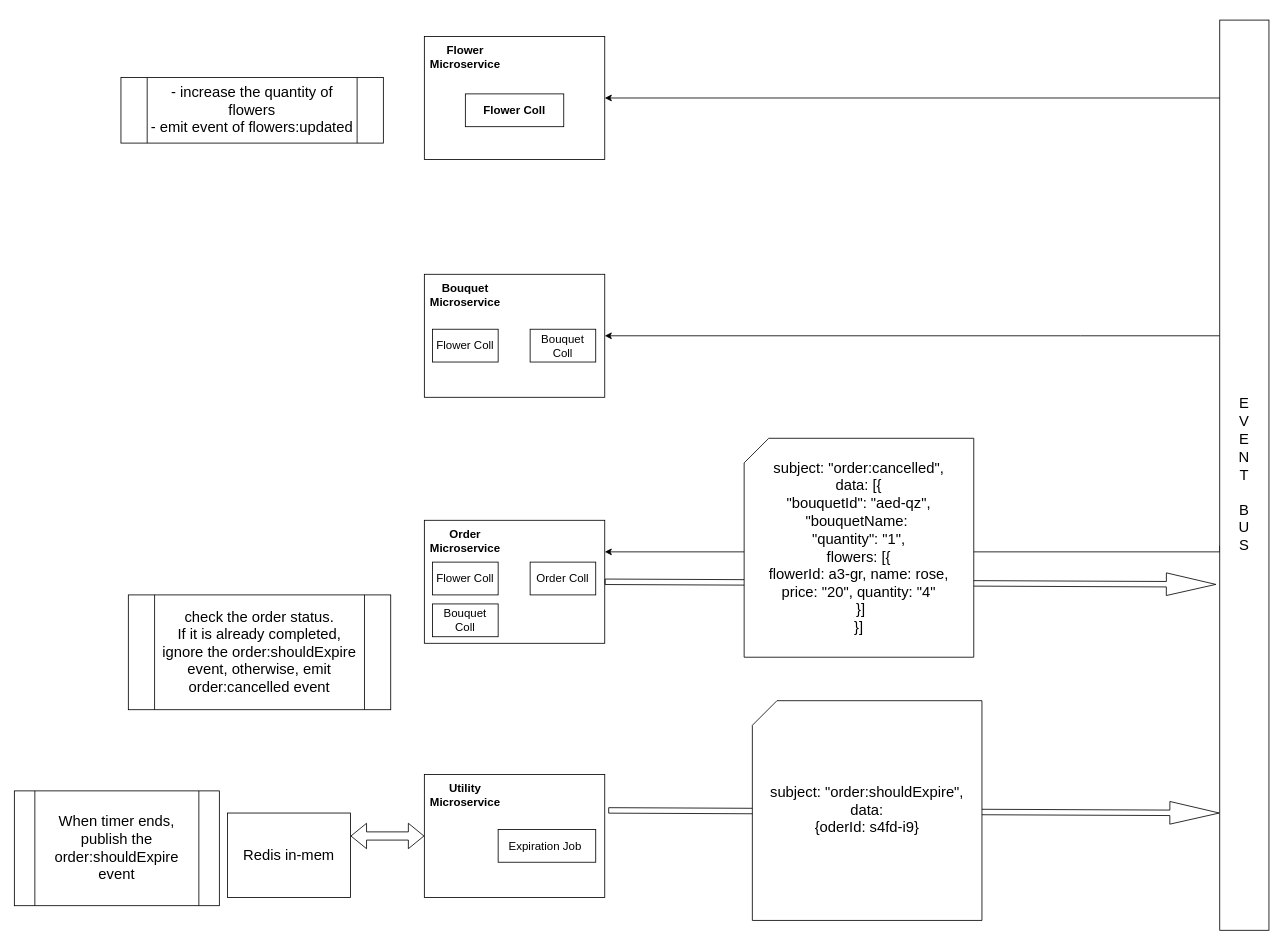
This is documentation/events/expiration/delete.drawio from piyusheklavya777/flowerbouquet, a draw.io file, before an edit. Source tidied: cells renumbered, new cells numbered last; positions are measured from the earlier drawing's top-left corner, leaving out a move shared by most shapes. Both pictures are drawn from the tidied source at 82%, with x=0, y=0 at pixel (14, 20).
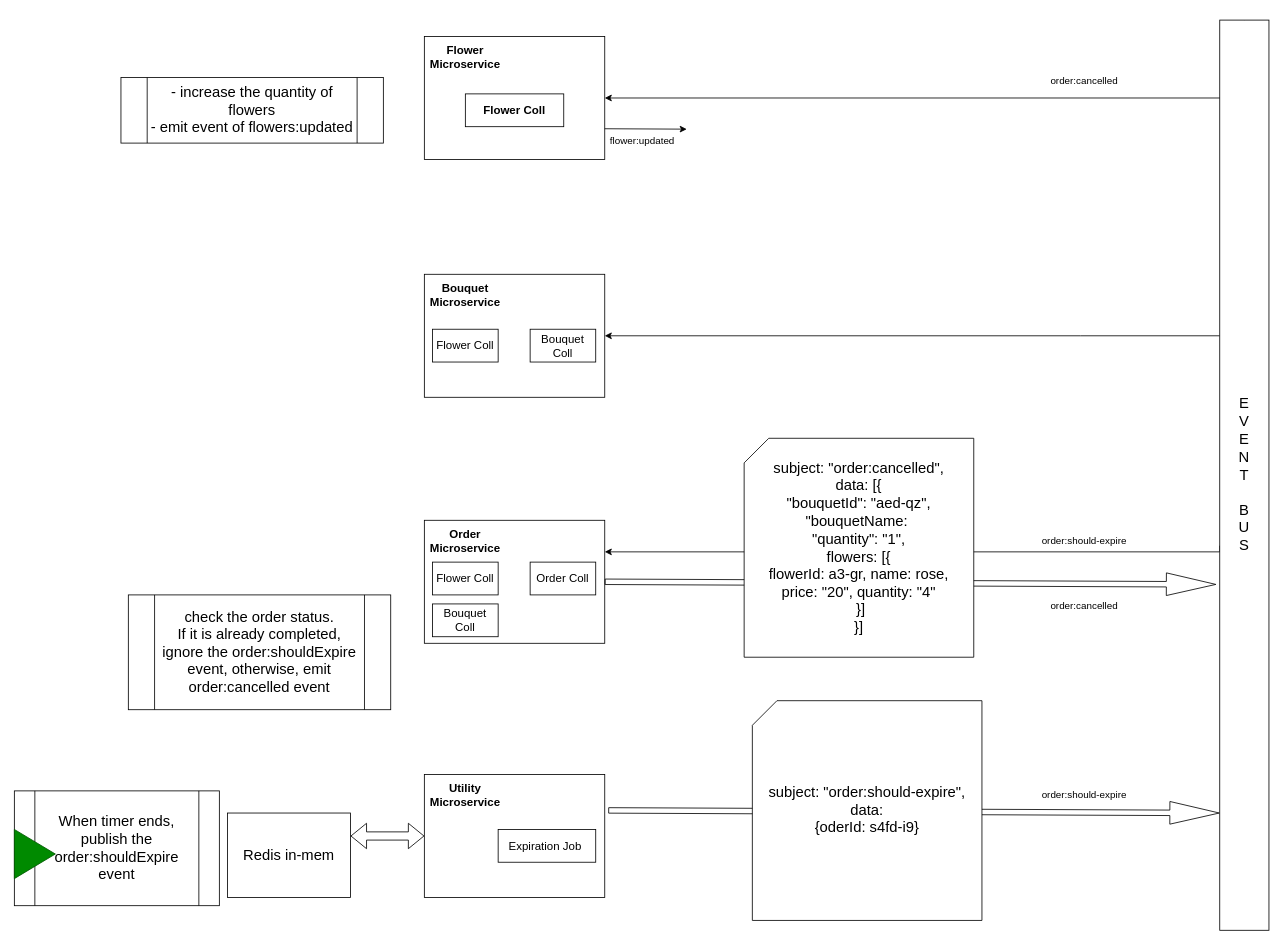
The same diagram, later.

Unchanged cells that the change refers to:
```xml
<mxCell id="3" style="rounded=0;whiteSpace=wrap;html=1;align=center;" parent="1" vertex="1">
  <mxGeometry x="500" y="20" width="220" height="150" as="geometry" />
</mxCell>
```

What changed in the source:
```diff
@@
-    <mxCell id="29" value="subject: &quot;order:shouldExpire&quot;,&lt;br&gt;data: &lt;br&gt;{oderId: s4fd-i9}" style="shape=card;whiteSpace=wrap;html=1;fontSize=18;" parent="1" vertex="1">
+    <mxCell id="29" value="subject: &quot;order:should-expire&quot;,&lt;br&gt;data: &lt;br&gt;{oderId: s4fd-i9}" style="shape=card;whiteSpace=wrap;html=1;fontSize=18;" parent="1" vertex="1">
       <mxGeometry x="900" y="830" width="280" height="268" as="geometry" />
     </mxCell>
+    <mxCell id="30" value="order:should-expire" style="text;html=1;strokeColor=none;fillColor=none;align=center;verticalAlign=middle;whiteSpace=wrap;rounded=0;" parent="1" vertex="1">
+      <mxGeometry x="1240" y="930" width="130" height="30" as="geometry" />
+    </mxCell>
+    <mxCell id="31" value="order:should-expire" style="text;html=1;strokeColor=none;fillColor=none;align=center;verticalAlign=middle;whiteSpace=wrap;rounded=0;" parent="1" vertex="1">
+      <mxGeometry x="1240" y="620" width="130" height="30" as="geometry" />
+    </mxCell>
+    <mxCell id="32" value="order:cancelled" style="text;html=1;strokeColor=none;fillColor=none;align=center;verticalAlign=middle;whiteSpace=wrap;rounded=0;" parent="1" vertex="1">
+      <mxGeometry x="1240" y="700" width="130" height="30" as="geometry" />
+    </mxCell>
+    <mxCell id="33" value="order:cancelled" style="text;html=1;strokeColor=none;fillColor=none;align=center;verticalAlign=middle;whiteSpace=wrap;rounded=0;" parent="1" vertex="1">
+      <mxGeometry x="1240" y="60" width="130" height="30" as="geometry" />
+    </mxCell>
+    <mxCell id="34" style="shape=singleArrow;whiteSpace=wrap;html=1;arrowWidth=0.13636363636362508;arrowSize=1;fillColor=#008a00;fontColor=#ffffff;strokeColor=#005700;" parent="1" vertex="1">
+      <mxGeometry y="987" width="50" height="60" as="geometry" />
+    </mxCell>
+    <mxCell id="35" style="endArrow=classic;html=1;exitX=1;exitY=0.75;exitDx=0;exitDy=0;" parent="1" edge="1" source="3">
+      <mxGeometry relative="1" as="geometry">
+        <mxPoint x="820" y="133" as="targetPoint" />
+      </mxGeometry>
+    </mxCell>
+    <mxCell id="36" value="flower:updated" style="text;html=1;strokeColor=none;fillColor=none;align=center;verticalAlign=middle;whiteSpace=wrap;rounded=0;" parent="1" vertex="1">
+      <mxGeometry x="701" y="132" width="130" height="30" as="geometry" />
+    </mxCell>
```
